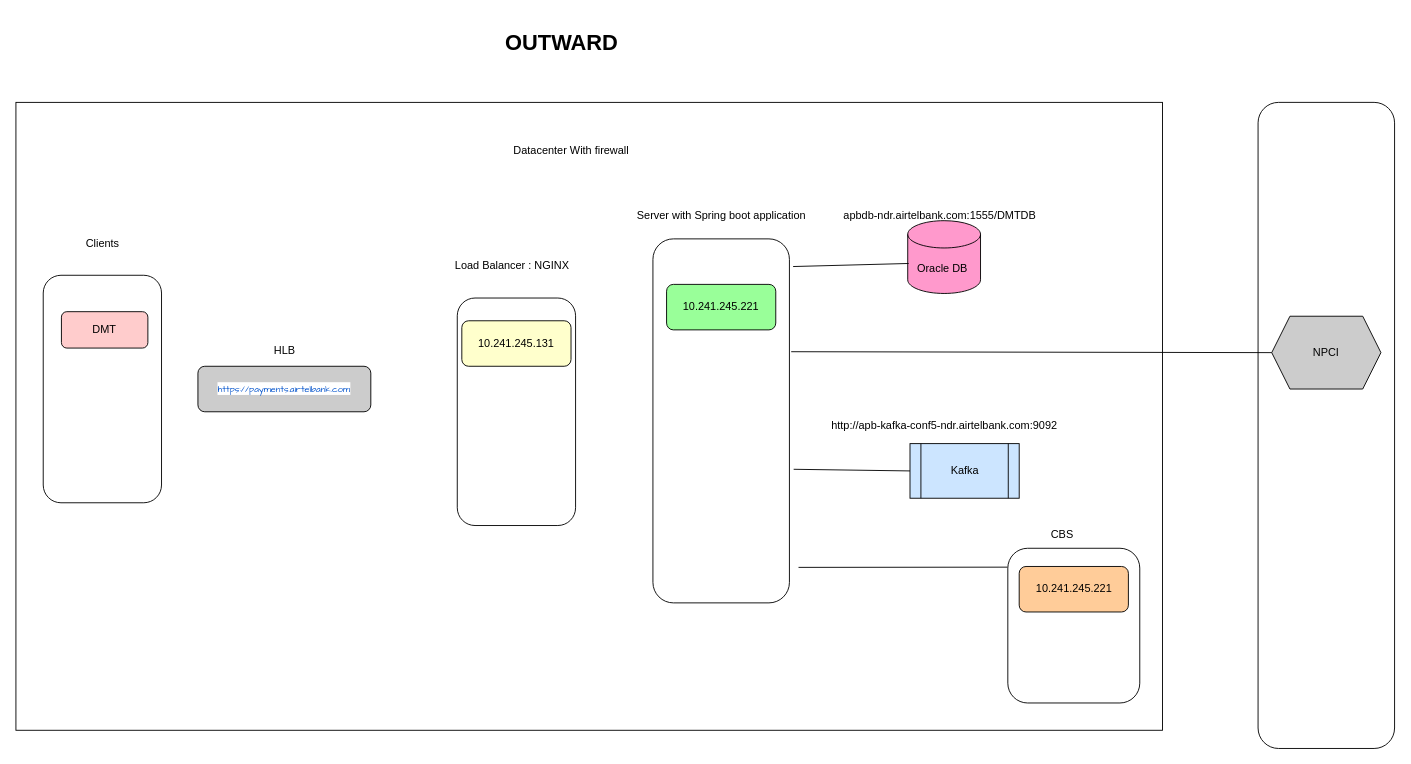
The draw.io diagram RBI_IMPS.drawio in ashwiniadlakha/draw_io, before the edit. Source tidied: cells renumbered, new cells numbered last; positions are measured from the earlier drawing's top-left corner, leaving out a move shared by most shapes. Both pictures are drawn from the tidied source at 91%, with x=0, y=0 at pixel (15, 29).
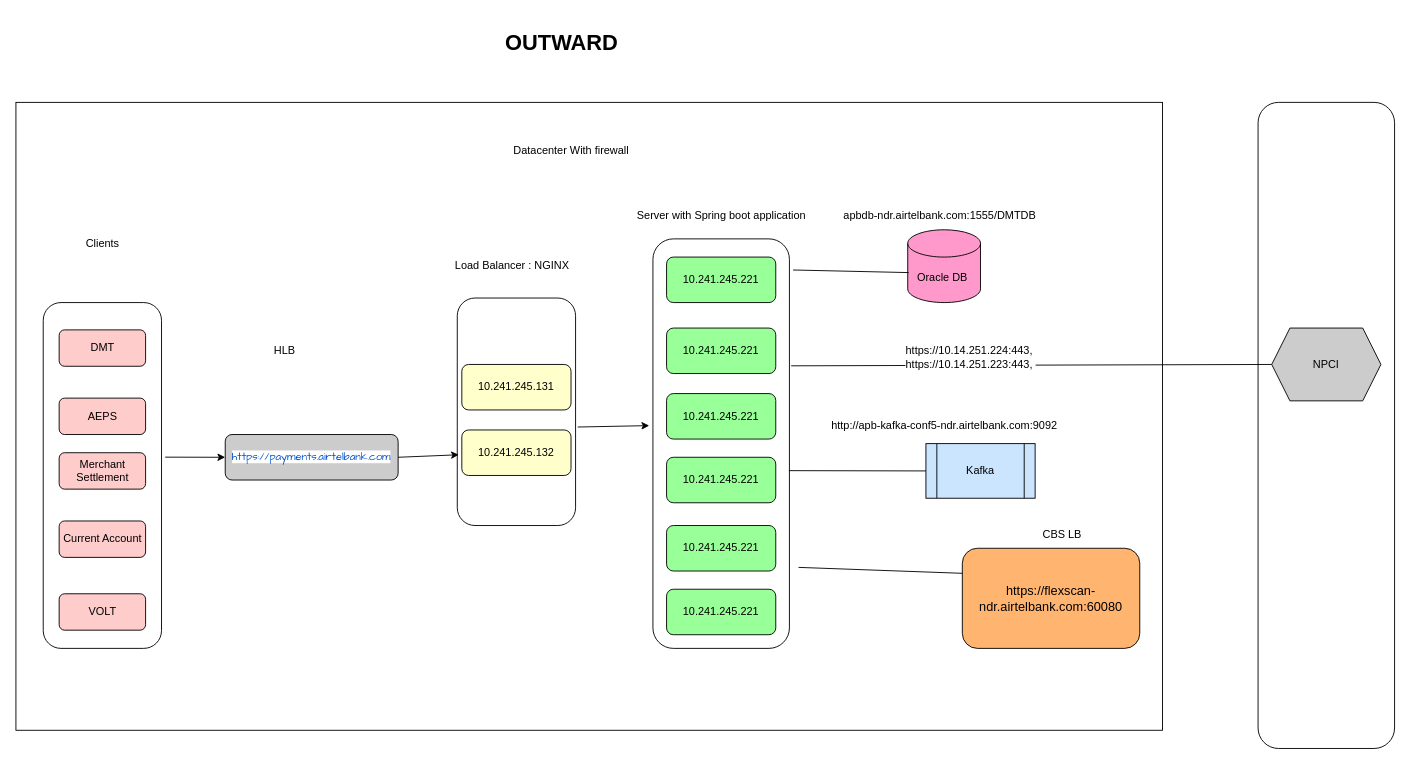
Above is the later version.

Unchanged cells that the change refers to:
```xml
<mxCell id="5" style="rounded=1;whiteSpace=wrap;html=1;" parent="1" vertex="1">
  <mxGeometry x="485" y="295" width="130" height="250" as="geometry" />
</mxCell>
<mxCell id="13" style="endArrow=none;html=1;rounded=0;entryX=0;entryY=0.5;entryDx=0;entryDy=0;exitX=1.013;exitY=0.31;exitDx=0;exitDy=0;exitPerimeter=0;" parent="1" edge="1" source="6" target="10">
  <mxGeometry relative="1" as="geometry" />
</mxCell>
```

What changed in the source:
```diff
@@
-    <mxCell id="3" style="rounded=1;whiteSpace=wrap;html=1;" parent="1" vertex="1">
-      <mxGeometry x="1090" y="570" width="145" height="170" as="geometry" />
+    <mxCell id="3" value="&lt;font style=&quot;font-size: 14px;&quot;&gt;https://flexscan-ndr.airtelbank.com:60080&lt;/font&gt;" style="rounded=1;whiteSpace=wrap;html=1;fillColor=#FFB570;" parent="1" vertex="1">
+      <mxGeometry x="1040" y="570" width="195" height="110" as="geometry" />
     </mxCell>
@@
     <mxCell id="6" style="rounded=1;whiteSpace=wrap;html=1;" parent="1" vertex="1">
-      <mxGeometry x="700" y="230" width="150" height="400" as="geometry" />
+      <mxGeometry x="700" y="230" width="150" height="450" as="geometry" />
     </mxCell>
@@
     <mxCell id="8" value="Oracle DB&amp;nbsp;" style="shape=cylinder3;whiteSpace=wrap;html=1;boundedLbl=1;backgroundOutline=1;size=15;fillColor=#FF99CC;" parent="1" vertex="1">
-      <mxGeometry x="980" y="210" width="80" height="80" as="geometry" />
+      <mxGeometry x="980" y="220" width="80" height="80" as="geometry" />
     </mxCell>
     <mxCell id="9" value="Kafka" style="shape=process;whiteSpace=wrap;html=1;backgroundOutline=1;fillColor=#CCE5FF;" parent="1" vertex="1">
-      <mxGeometry x="982.5" y="455" width="120" height="60" as="geometry" />
+      <mxGeometry x="1000" y="455" width="120" height="60" as="geometry" />
     </mxCell>
     <mxCell id="10" value="NPCI" style="shape=hexagon;perimeter=hexagonPerimeter2;whiteSpace=wrap;html=1;fixedSize=1;fillColor=#CCCCCC;" parent="1" vertex="1">
-      <mxGeometry x="1380" y="315" width="120" height="80" as="geometry" />
+      <mxGeometry x="1380" y="328" width="120" height="80" as="geometry" />
     </mxCell>
@@
-    <mxCell id="12" style="endArrow=none;html=1;rounded=0;exitX=1.031;exitY=0.633;exitDx=0;exitDy=0;exitPerimeter=0;entryX=0;entryY=0.5;entryDx=0;entryDy=0;" parent="1" edge="1" source="6" target="9">
+    <mxCell id="12" style="endArrow=none;html=1;rounded=0;exitX=0.996;exitY=0.566;exitDx=0;exitDy=0;exitPerimeter=0;entryX=0;entryY=0.5;entryDx=0;entryDy=0;" parent="1" edge="1" source="6" target="9">
       <mxGeometry relative="1" as="geometry" />
     </mxCell>
@@
+    <mxCell id="30" value="&lt;font style=&quot;font-size: 12px;&quot;&gt;https://10.14.251.224:443,&amp;nbsp;&lt;br&gt;https://10.14.251.223:443,&amp;nbsp;&lt;br&gt;&lt;/font&gt;" style="edgeLabel;html=1;align=center;verticalAlign=middle;" parent="13" vertex="1">
+      <mxGeometry x="-0.28" y="-1" relative="1" as="geometry">
+        <mxPoint x="7" y="-10" as="offset" />
+      </mxGeometry>
+    </mxCell>
@@
     <mxCell id="18" value="10.241.245.221&lt;br&gt;" style="rounded=1;whiteSpace=wrap;html=1;fillColor=#99FF99;" parent="1" vertex="1">
-      <mxGeometry x="715" y="280" width="120" height="50" as="geometry" />
+      <mxGeometry x="715" y="328" width="120" height="50" as="geometry" />
     </mxCell>
     <mxCell id="19" value="10.241.245.131" style="rounded=1;whiteSpace=wrap;html=1;fillColor=#FFFFCC;" parent="1" vertex="1">
-      <mxGeometry x="490" y="320" width="120" height="50" as="geometry" />
+      <mxGeometry x="490" y="368" width="120" height="50" as="geometry" />
     </mxCell>
     <mxCell id="20" style="rounded=1;whiteSpace=wrap;html=1;" parent="1" vertex="1">
-      <mxGeometry x="30" y="270" width="130" height="250" as="geometry" />
+      <mxGeometry x="30" y="300" width="130" height="380" as="geometry" />
     </mxCell>
@@
-    <mxCell id="22" value="&lt;a style=&quot;color: rgb(0, 82, 204); text-decoration: var(--aui-link-hover-decoration); text-align: left; background-color: rgb(255, 255, 255);&quot; rel=&quot;nofollow&quot; href=&quot;https://payments.airtelbank.com/pimps/NBWebClient/fcrjappinterface&quot; class=&quot;external-link&quot;&gt;&lt;font face=&quot;Comic Sans MS&quot; style=&quot;font-size: 10px;&quot;&gt;https://payments.airtelbank.com&lt;/font&gt;&lt;/a&gt;" style="rounded=1;whiteSpace=wrap;html=1;fillColor=#CCCCCC;" parent="1" vertex="1">
-      <mxGeometry x="200" y="370" width="190" height="50" as="geometry" />
+    <mxCell id="22" value="&lt;a style=&quot;color: rgb(0, 82, 204); text-decoration: var(--aui-link-hover-decoration); text-align: left; background-color: rgb(255, 255, 255);&quot; rel=&quot;nofollow&quot; href=&quot;https://payments.airtelbank.com/pimps/NBWebClient/fcrjappinterface&quot; class=&quot;external-link&quot;&gt;&lt;font face=&quot;Comic Sans MS&quot; style=&quot;font-size: 12px;&quot;&gt;https://payments.airtelbank.com&lt;/font&gt;&lt;/a&gt;" style="rounded=1;whiteSpace=wrap;html=1;fillColor=#CCCCCC;" parent="1" vertex="1">
+      <mxGeometry x="230" y="445" width="190" height="50" as="geometry" />
     </mxCell>
@@
     <mxCell id="25" value="DMT" style="rounded=1;whiteSpace=wrap;html=1;fillColor=#FFCCCC;" parent="1" vertex="1">
-      <mxGeometry x="50" y="310" width="95" height="40" as="geometry" />
+      <mxGeometry x="47.5" y="330" width="95" height="40" as="geometry" />
     </mxCell>
@@
-    <mxCell id="27" value="10.241.245.221&lt;br&gt;" style="rounded=1;whiteSpace=wrap;html=1;fillColor=#FFCC99;" parent="1" vertex="1">
-      <mxGeometry x="1102.5" y="590" width="120" height="50" as="geometry" />
-    </mxCell>
-    <mxCell id="28" style="endArrow=none;html=1;rounded=0;entryX=-0.003;entryY=0.122;entryDx=0;entryDy=0;entryPerimeter=0;" parent="1" edge="1" target="3">
+    <mxCell id="28" style="endArrow=none;html=1;rounded=0;entryX=0;entryY=0.25;entryDx=0;entryDy=0;" parent="1" edge="1" target="3">
       <mxGeometry relative="1" as="geometry">
         <mxPoint x="860" y="591" as="sourcePoint" />
       </mxGeometry>
     </mxCell>
-    <mxCell id="29" value="CBS" style="text;html=1;strokeColor=none;fillColor=none;align=center;verticalAlign=middle;whiteSpace=wrap;rounded=0;" parent="1" vertex="1">
+    <mxCell id="29" value="CBS LB" style="text;html=1;strokeColor=none;fillColor=none;align=center;verticalAlign=middle;whiteSpace=wrap;rounded=0;" parent="1" vertex="1">
       <mxGeometry x="1120" y="540" width="60" height="30" as="geometry" />
     </mxCell>
+    <mxCell id="31" value="VOLT" style="rounded=1;whiteSpace=wrap;html=1;fillColor=#FFCCCC;" parent="1" vertex="1">
+      <mxGeometry x="47.5" y="620" width="95" height="40" as="geometry" />
+    </mxCell>
+    <mxCell id="32" value="Current Account" style="rounded=1;whiteSpace=wrap;html=1;fillColor=#FFCCCC;" parent="1" vertex="1">
+      <mxGeometry x="47.5" y="540" width="95" height="40" as="geometry" />
+    </mxCell>
+    <mxCell id="33" value="AEPS" style="rounded=1;whiteSpace=wrap;html=1;fillColor=#FFCCCC;" parent="1" vertex="1">
+      <mxGeometry x="47.5" y="405" width="95" height="40" as="geometry" />
+    </mxCell>
+    <mxCell id="34" value="Merchant Settlement" style="rounded=1;whiteSpace=wrap;html=1;fillColor=#FFCCCC;" parent="1" vertex="1">
+      <mxGeometry x="47.5" y="465" width="95" height="40" as="geometry" />
+    </mxCell>
+    <mxCell id="35" value="10.241.245.132" style="rounded=1;whiteSpace=wrap;html=1;fillColor=#FFFFCC;" parent="1" vertex="1">
+      <mxGeometry x="490" y="440" width="120" height="50" as="geometry" />
+    </mxCell>
+    <mxCell id="36" value="10.241.245.221&lt;br&gt;" style="rounded=1;whiteSpace=wrap;html=1;fillColor=#99FF99;" parent="1" vertex="1">
+      <mxGeometry x="715" y="615" width="120" height="50" as="geometry" />
+    </mxCell>
+    <mxCell id="37" value="10.241.245.221&lt;br&gt;" style="rounded=1;whiteSpace=wrap;html=1;fillColor=#99FF99;" parent="1" vertex="1">
+      <mxGeometry x="715" y="250" width="120" height="50" as="geometry" />
+    </mxCell>
+    <mxCell id="38" value="10.241.245.221&lt;br&gt;" style="rounded=1;whiteSpace=wrap;html=1;fillColor=#99FF99;" parent="1" vertex="1">
+      <mxGeometry x="715" y="400" width="120" height="50" as="geometry" />
+    </mxCell>
+    <mxCell id="39" value="10.241.245.221&lt;br&gt;" style="rounded=1;whiteSpace=wrap;html=1;fillColor=#99FF99;" parent="1" vertex="1">
+      <mxGeometry x="715" y="470" width="120" height="50" as="geometry" />
+    </mxCell>
+    <mxCell id="40" value="10.241.245.221&lt;br&gt;" style="rounded=1;whiteSpace=wrap;html=1;fillColor=#99FF99;" parent="1" vertex="1">
+      <mxGeometry x="715" y="545" width="120" height="50" as="geometry" />
+    </mxCell>
+    <mxCell id="41" style="endArrow=classic;html=1;rounded=0;exitX=1.031;exitY=0.447;exitDx=0;exitDy=0;exitPerimeter=0;entryX=0;entryY=0.5;entryDx=0;entryDy=0;" parent="1" edge="1" source="20" target="22">
+      <mxGeometry relative="1" as="geometry" />
+    </mxCell>
+    <mxCell id="42" style="endArrow=classic;html=1;rounded=0;exitX=1;exitY=0.5;exitDx=0;exitDy=0;entryX=0.013;entryY=0.689;entryDx=0;entryDy=0;entryPerimeter=0;" parent="1" edge="1" source="22" target="5">
+      <mxGeometry relative="1" as="geometry" />
+    </mxCell>
+    <mxCell id="43" style="endArrow=classic;html=1;rounded=0;exitX=1.018;exitY=0.567;exitDx=0;exitDy=0;exitPerimeter=0;entryX=-0.027;entryY=0.456;entryDx=0;entryDy=0;entryPerimeter=0;" parent="1" edge="1" source="5" target="6">
+      <mxGeometry relative="1" as="geometry" />
+    </mxCell>
```
